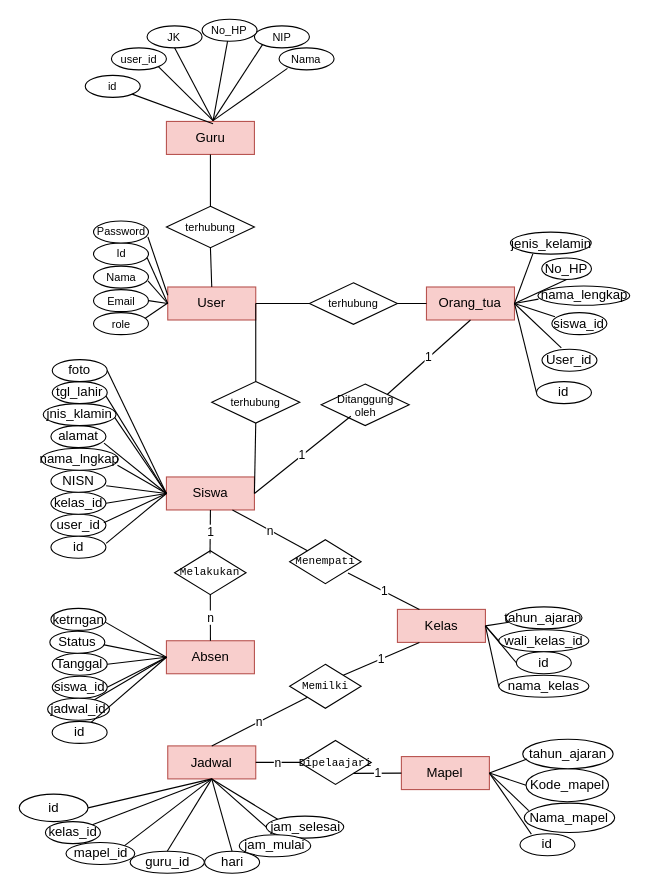
Earlier version of the draw.io diagram page "Halaman-4" (3 of 4) of Diagram Tanpa Judul.drawio (bayudani/diagram). Source tidied: cells renumbered, new cells numbered last; positions are measured from the earlier drawing's top-left corner, leaving out a move shared by most shapes. Both pictures are drawn from the tidied source at 110%, with x=0, y=0 at pixel (19, 19).
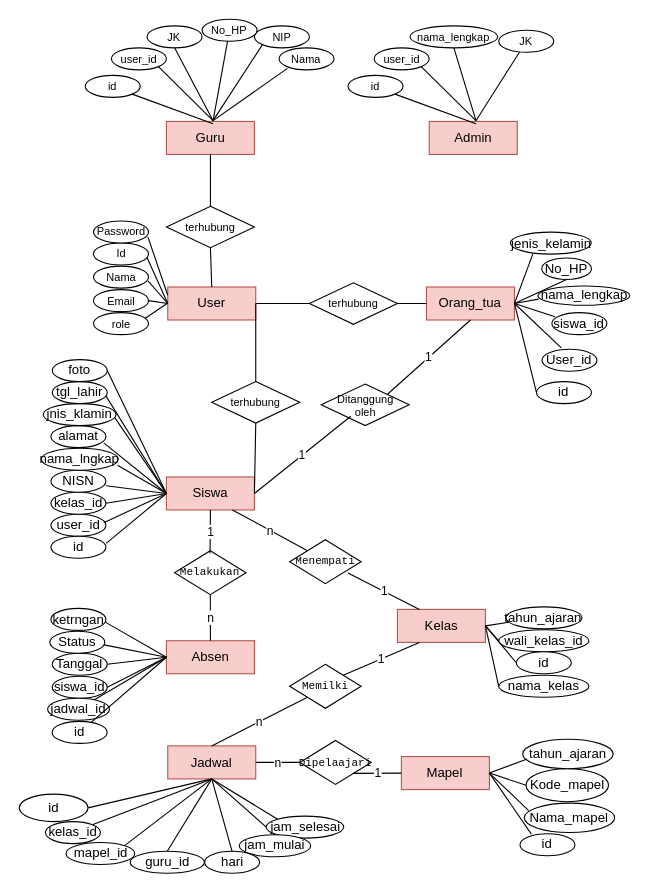
Above is the later version.

The edit, as a diff of the source:
```diff
@@
+    <mxCell id="129" value="Admin" style="rounded=0;whiteSpace=wrap;html=1;fillColor=#f8cecc;strokeColor=#b85450;" parent="1" vertex="1">
+      <mxGeometry x="372.7" y="92.9" width="80" height="30" as="geometry" />
+    </mxCell>
+    <mxCell id="130" value="JK" style="ellipse;whiteSpace=wrap;html=1;fontSize=10;" parent="1" vertex="1">
+      <mxGeometry x="435.9" y="10" width="50" height="20" as="geometry" />
+    </mxCell>
+    <mxCell id="131" value="nama_lengkap" style="ellipse;whiteSpace=wrap;html=1;fontSize=10;" parent="1" vertex="1">
+      <mxGeometry x="355.2" y="6" width="79.8" height="20" as="geometry" />
+    </mxCell>
+    <mxCell id="132" value="user_id" style="ellipse;whiteSpace=wrap;html=1;fontSize=10;" parent="1" vertex="1">
+      <mxGeometry x="322.7" y="26" width="50" height="20" as="geometry" />
+    </mxCell>
+    <mxCell id="133" style="endArrow=none;html=1;rounded=0;exitX=0.5;exitY=0;exitDx=0;exitDy=0;" parent="1" edge="1" target="130">
+      <mxGeometry relative="1" as="geometry">
+        <mxPoint x="415.2" y="92.2" as="sourcePoint" />
+      </mxGeometry>
+    </mxCell>
+    <mxCell id="134" style="endArrow=none;html=1;rounded=0;entryX=0.5;entryY=1;entryDx=0;entryDy=0;exitX=0.5;exitY=0;exitDx=0;exitDy=0;" parent="1" edge="1" target="131">
+      <mxGeometry relative="1" as="geometry">
+        <mxPoint x="415.2" y="92.2" as="sourcePoint" />
+      </mxGeometry>
+    </mxCell>
+    <mxCell id="135" style="endArrow=none;html=1;rounded=0;entryX=1;entryY=1;entryDx=0;entryDy=0;exitX=0.5;exitY=0;exitDx=0;exitDy=0;" parent="1" edge="1" target="132">
+      <mxGeometry relative="1" as="geometry">
+        <mxPoint x="415.2" y="92.2" as="sourcePoint" />
+      </mxGeometry>
+    </mxCell>
+    <mxCell id="136" value="id" style="ellipse;whiteSpace=wrap;html=1;fontSize=10;" parent="1" vertex="1">
+      <mxGeometry x="298.9" y="51" width="50" height="20" as="geometry" />
+    </mxCell>
+    <mxCell id="137" style="endArrow=none;html=1;rounded=0;entryX=1;entryY=1;entryDx=0;entryDy=0;" parent="1" edge="1" target="136">
+      <mxGeometry relative="1" as="geometry">
+        <mxPoint x="415.2" y="95" as="sourcePoint" />
+      </mxGeometry>
+    </mxCell>
```
